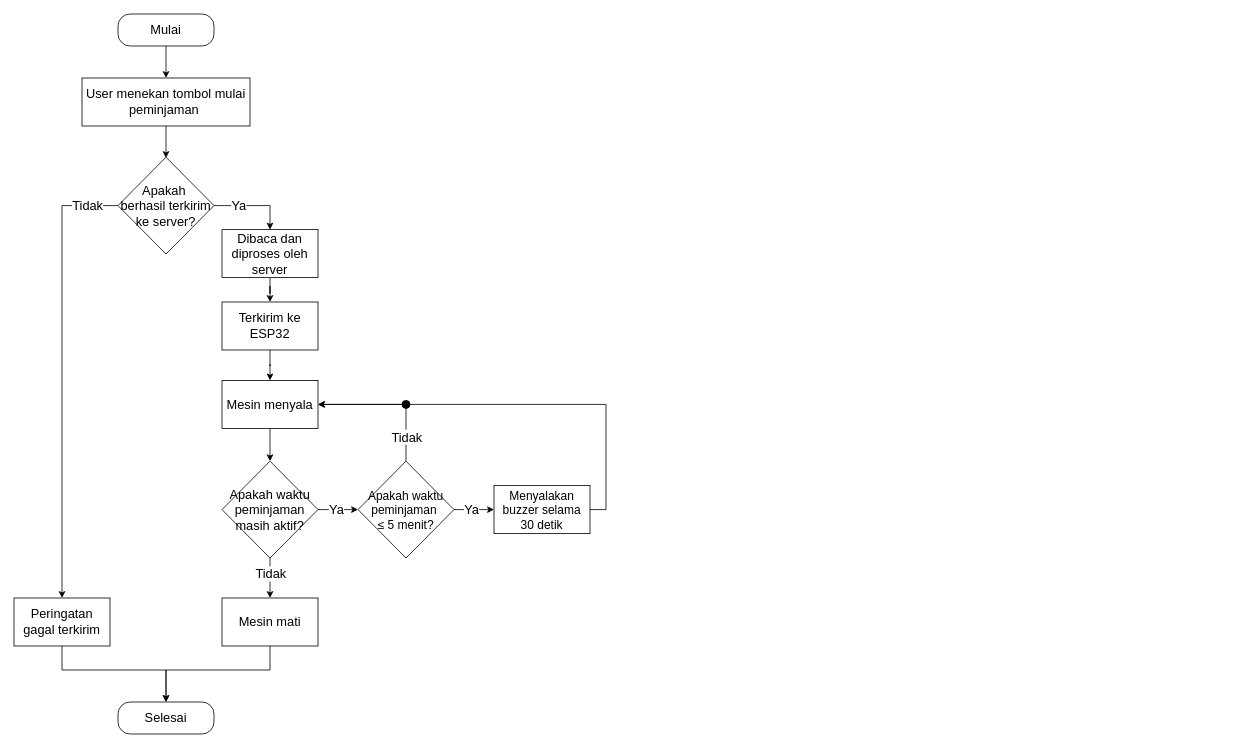
murtianggraeni/TugasAkhir_Flowchart keeps this draw.io diagram as page "Sistem Integrasi" (15 of 45) of Diagram Aktivitas Admin.drawio.xml. Above is the earlier version. Source tidied: cells renumbered, new cells numbered last; positions are measured from the earlier drawing's top-left corner, leaving out a move shared by most shapes. Both pictures are drawn from the tidied source at 80%, with x=0, y=0 at pixel (14, 14).
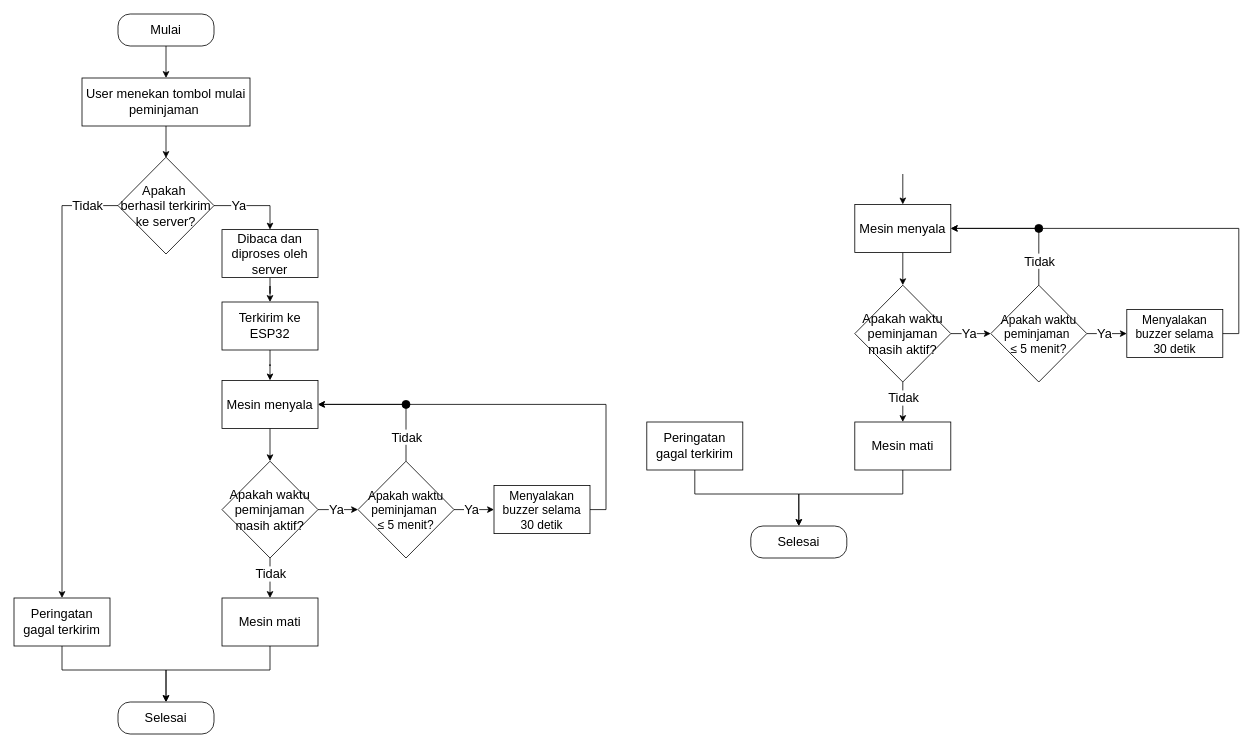
After the change.

What changed in the source:
```diff
@@
+    <mxCell id="36" style="edgeStyle=orthogonalEdgeStyle;rounded=0;jettySize=auto;html=1;entryX=0.5;entryY=0;entryDx=0;entryDy=0;" parent="1" edge="1" target="38">
+      <mxGeometry relative="1" as="geometry">
+        <mxPoint x="1111" y="200" as="sourcePoint" />
+      </mxGeometry>
+    </mxCell>
+    <mxCell id="37" style="edgeStyle=orthogonalEdgeStyle;rounded=0;jettySize=auto;html=1;entryX=0.5;entryY=0;entryDx=0;entryDy=0;" parent="1" edge="1" source="38" target="43">
+      <mxGeometry relative="1" as="geometry" />
+    </mxCell>
+    <mxCell id="38" value="&lt;font style=&quot;font-size: 16px;&quot;&gt;Mesin menyala&lt;/font&gt;" style="rounded=0;whiteSpace=wrap;html=1;" parent="1" vertex="1">
+      <mxGeometry x="1051" y="238" width="120" height="60" as="geometry" />
+    </mxCell>
+    <mxCell id="39" style="edgeStyle=orthogonalEdgeStyle;rounded=0;jettySize=auto;html=1;" parent="1" edge="1" source="43" target="45">
+      <mxGeometry relative="1" as="geometry" />
+    </mxCell>
+    <mxCell id="40" value="&lt;font style=&quot;font-size: 16px;&quot;&gt;Tidak&lt;/font&gt;" style="edgeLabel;html=1;align=center;verticalAlign=middle;" parent="39" vertex="1">
+      <mxGeometry x="-0.3" y="2" relative="1" as="geometry">
+        <mxPoint x="-2" y="1" as="offset" />
+      </mxGeometry>
+    </mxCell>
+    <mxCell id="41" style="edgeStyle=orthogonalEdgeStyle;rounded=0;jettySize=auto;html=1;exitX=1;exitY=0.5;exitDx=0;exitDy=0;entryX=0;entryY=0.5;entryDx=0;entryDy=0;" parent="1" edge="1" source="43" target="53">
+      <mxGeometry relative="1" as="geometry" />
+    </mxCell>
+    <mxCell id="42" value="&lt;font style=&quot;font-size: 16px;&quot;&gt;Ya&lt;/font&gt;" style="edgeLabel;html=1;align=center;verticalAlign=middle;" parent="41" vertex="1">
+      <mxGeometry x="-0.48" y="-1" relative="1" as="geometry">
+        <mxPoint x="9" y="-1" as="offset" />
+      </mxGeometry>
+    </mxCell>
+    <mxCell id="43" value="&lt;font style=&quot;font-size: 16px;&quot;&gt;Apakah waktu peminjaman masih aktif?&lt;/font&gt;" style="rhombus;whiteSpace=wrap;html=1;" parent="1" vertex="1">
+      <mxGeometry x="1051" y="339" width="120" height="121" as="geometry" />
+    </mxCell>
+    <mxCell id="44" style="edgeStyle=orthogonalEdgeStyle;rounded=0;jettySize=auto;html=1;entryX=0.5;entryY=0;entryDx=0;entryDy=0;" parent="1" edge="1" source="45" target="46">
+      <mxGeometry relative="1" as="geometry">
+        <Array as="points">
+          <mxPoint x="1111" y="600" />
+          <mxPoint x="981" y="600" />
+        </Array>
+      </mxGeometry>
+    </mxCell>
+    <mxCell id="45" value="&lt;font style=&quot;font-size: 16px;&quot;&gt;Mesin mati&lt;/font&gt;" style="whiteSpace=wrap;html=1;" parent="1" vertex="1">
+      <mxGeometry x="1051" y="510" width="120" height="60" as="geometry" />
+    </mxCell>
+    <mxCell id="46" value="&lt;span style=&quot;font-size: 16px;&quot;&gt;Selesai&lt;/span&gt;" style="rounded=1;whiteSpace=wrap;html=1;arcSize=38;" parent="1" vertex="1">
+      <mxGeometry x="921" y="640" width="120" height="40" as="geometry" />
+    </mxCell>
+    <mxCell id="47" style="edgeStyle=orthogonalEdgeStyle;rounded=0;jettySize=auto;html=1;exitX=1;exitY=0.5;exitDx=0;exitDy=0;" parent="1" edge="1" source="53" target="52">
+      <mxGeometry relative="1" as="geometry" />
+    </mxCell>
+    <mxCell id="48" value="&lt;font style=&quot;font-size: 16px;&quot;&gt;Ya&lt;/font&gt;" style="edgeLabel;html=1;align=center;verticalAlign=middle;" parent="47" vertex="1">
+      <mxGeometry x="-0.11" y="1" relative="1" as="geometry">
+        <mxPoint x="-1" as="offset" />
+      </mxGeometry>
+    </mxCell>
+    <mxCell id="49" style="edgeStyle=orthogonalEdgeStyle;rounded=0;jettySize=auto;html=1;entryX=1;entryY=0.5;entryDx=0;entryDy=0;exitX=0.5;exitY=0;exitDx=0;exitDy=0;" parent="1" edge="1" source="53" target="38">
+      <mxGeometry relative="1" as="geometry">
+        <Array as="points">
+          <mxPoint x="1281" y="268" />
+        </Array>
+      </mxGeometry>
+    </mxCell>
+    <mxCell id="50" value="&lt;font style=&quot;font-size: 16px;&quot;&gt;Tidak&lt;/font&gt;" style="edgeLabel;html=1;align=center;verticalAlign=middle;" parent="49" vertex="1">
+      <mxGeometry x="-0.55" relative="1" as="geometry">
+        <mxPoint y="10" as="offset" />
+      </mxGeometry>
+    </mxCell>
+    <mxCell id="51" style="edgeStyle=orthogonalEdgeStyle;rounded=0;jettySize=auto;html=1;entryX=1;entryY=0.5;entryDx=0;entryDy=0;" parent="1" edge="1" source="55" target="38">
+      <mxGeometry relative="1" as="geometry" />
+    </mxCell>
+    <mxCell id="52" value="&lt;font style=&quot;font-size: 15px;&quot;&gt;Menyalakan buzzer selama 30 detik&lt;/font&gt;" style="whiteSpace=wrap;html=1;" parent="1" vertex="1">
+      <mxGeometry x="1391" y="369.5" width="120" height="60" as="geometry" />
+    </mxCell>
+    <mxCell id="53" value="&lt;span style=&quot;font-size: 15px;&quot;&gt;Apakah waktu peminjaman&amp;nbsp;&lt;/span&gt;&lt;div&gt;&lt;span style=&quot;font-size: 15px;&quot;&gt;≤ 5 menit?&lt;/span&gt;&lt;/div&gt;" style="rhombus;whiteSpace=wrap;html=1;" parent="1" vertex="1">
+      <mxGeometry x="1221" y="339" width="120" height="121" as="geometry" />
+    </mxCell>
+    <mxCell id="54" style="edgeStyle=orthogonalEdgeStyle;rounded=0;jettySize=auto;html=1;entryX=1;entryY=0.5;entryDx=0;entryDy=0;endArrow=none;endFill=0;" parent="1" edge="1" source="52" target="55">
+      <mxGeometry relative="1" as="geometry">
+        <Array as="points">
+          <mxPoint x="1531" y="400" />
+          <mxPoint x="1531" y="268" />
+        </Array>
+      </mxGeometry>
+    </mxCell>
+    <mxCell id="55" style="ellipse;whiteSpace=wrap;html=1;strokeColor=#000000;fillColor=#000000;" parent="1" vertex="1">
+      <mxGeometry x="1276" y="263" width="10" height="10" as="geometry" />
+    </mxCell>
+    <mxCell id="56" style="edgeStyle=orthogonalEdgeStyle;rounded=0;jettySize=auto;html=1;entryX=0.5;entryY=0;entryDx=0;entryDy=0;" parent="1" edge="1" source="57" target="46">
+      <mxGeometry relative="1" as="geometry">
+        <Array as="points">
+          <mxPoint x="851" y="600" />
+          <mxPoint x="981" y="600" />
+        </Array>
+      </mxGeometry>
+    </mxCell>
+    <mxCell id="57" value="&lt;font style=&quot;font-size: 16px;&quot;&gt;Peringatan gagal terkirim&lt;/font&gt;" style="rounded=0;whiteSpace=wrap;html=1;" parent="1" vertex="1">
+      <mxGeometry x="791" y="510" width="120" height="60" as="geometry" />
+    </mxCell>
```
